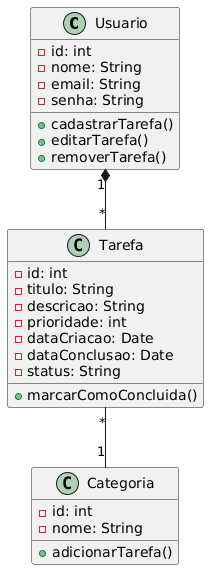
Before: ProjetoToDoListAF/docs/diagrams/diagrama_de_classes.png, a diagram exported from PlantUML (MateusOliveiraT25/ProjetosNodeJs). Its diagram source:
```plantuml
@startuml
class Usuario {
    - id: int
    - nome: String
    - email: String
    - senha: String
    + cadastrarTarefa()
    + editarTarefa()
    + removerTarefa()
}

class Tarefa {
    - id: int
    - titulo: String
    - descricao: String
    - prioridade: int
    - dataCriacao: Date
    - dataConclusao: Date
    - status: String
    + marcarComoConcluida()
}

class Categoria {
    - id: int
    - nome: String
    + adicionarTarefa()
}

Usuario "1" *-- "*" Tarefa
Tarefa "*" -- "1" Categoria
@enduml
```
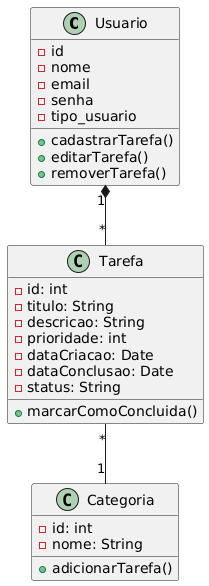
After the change.

Diff of the diagram source:
```diff
@@ -1,9 +1,10 @@
 @startuml
 class Usuario {
-    - id: int
-    - nome: String
-    - email: String
-    - senha: String
+    - id
+    - nome
+    - email
+    - senha
+    - tipo_usuario
     + cadastrarTarefa()
     + editarTarefa()
     + removerTarefa()
@@ -28,4 +29,7 @@
 
 Usuario "1" *-- "*" Tarefa
 Tarefa "*" -- "1" Categoria
+
+
+}
 @enduml
```
